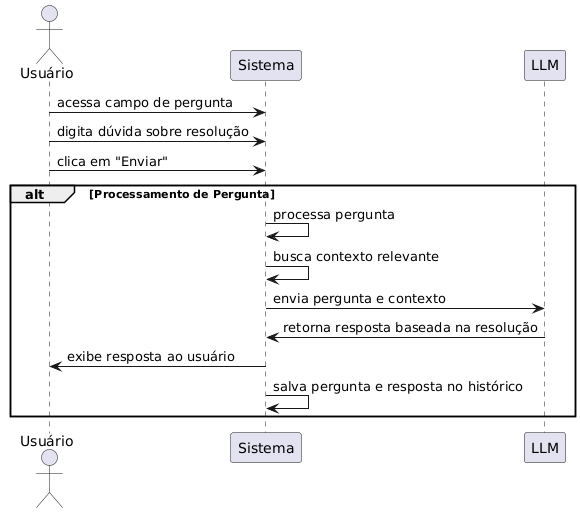
Above: Diagramas/Sequência/Sequência - fazer pergunta.png in Euderlan/G4_CONSULTA_DOCUMENTOS (PlantUML), before the change.
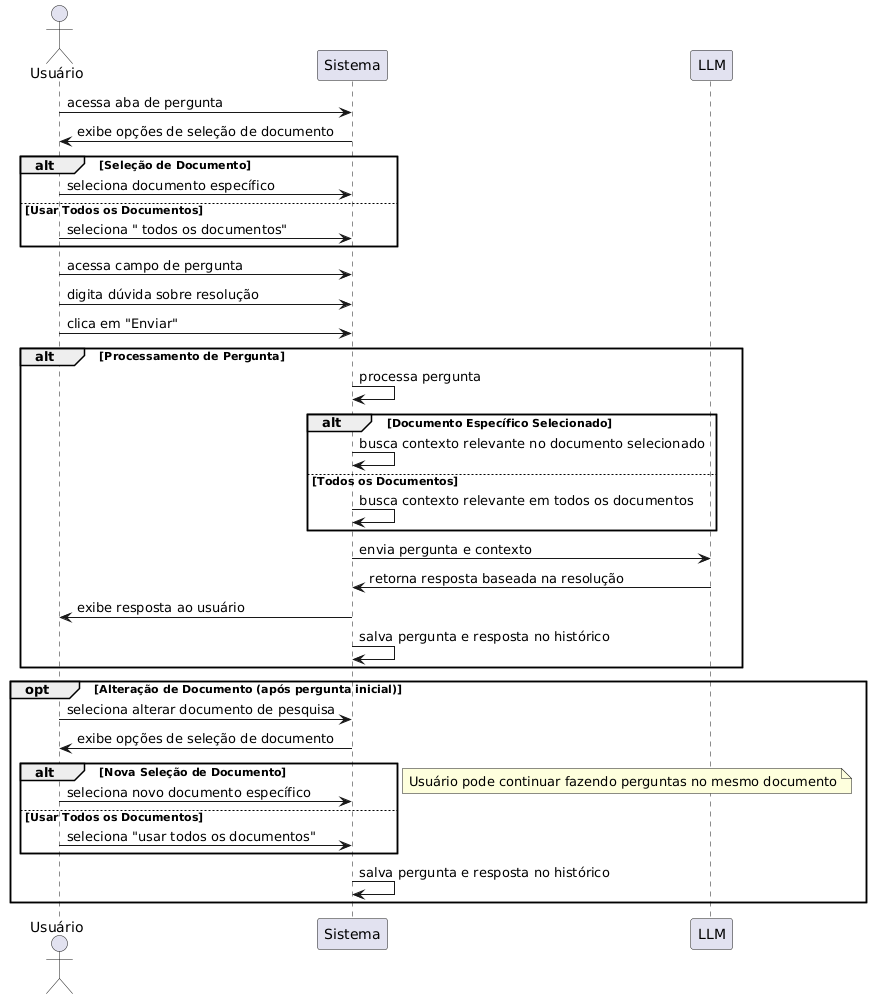
After the change.

Commit message:
adição de novos diagramas de sequência

Change to the diagram source:
```diff
@@ -3,6 +3,13 @@
 participant Sistema
 participant LLM
 
+Usuário -> Sistema: acessa aba de pergunta
+Sistema -> Usuário: exibe opções de seleção de documento
+alt Seleção de Documento
+    Usuário -> Sistema: seleciona documento específico
+else Usar Todos os Documentos
+    Usuário -> Sistema: seleciona " todos os documentos"
+end
 
 Usuário -> Sistema: acessa campo de pergunta
 Usuário -> Sistema: digita dúvida sobre resolução
@@ -10,10 +17,27 @@
 
 alt Processamento de Pergunta
     Sistema -> Sistema: processa pergunta
-    Sistema -> Sistema: busca contexto relevante
+    alt Documento Específico Selecionado
+        Sistema -> Sistema: busca contexto relevante no documento selecionado
+    else Todos os Documentos
+        Sistema -> Sistema: busca contexto relevante em todos os documentos
+    end
     Sistema -> LLM: envia pergunta e contexto
     LLM -> Sistema: retorna resposta baseada na resolução
     Sistema -> Usuário: exibe resposta ao usuário
     Sistema -> Sistema: salva pergunta e resposta no histórico
 end
+
+opt Alteração de Documento (após pergunta inicial)
+    Usuário -> Sistema: seleciona alterar documento de pesquisa
+    Sistema -> Usuário: exibe opções de seleção de documento
+    alt Nova Seleção de Documento
+        Usuário -> Sistema: seleciona novo documento específico
+    else Usar Todos os Documentos
+        Usuário -> Sistema: seleciona "usar todos os documentos"
+    end
+    note right: Usuário pode continuar fazendo perguntas no mesmo documento
+     Sistema -> Sistema: salva pergunta e resposta no histórico
+
+    end
 @enduml
```
